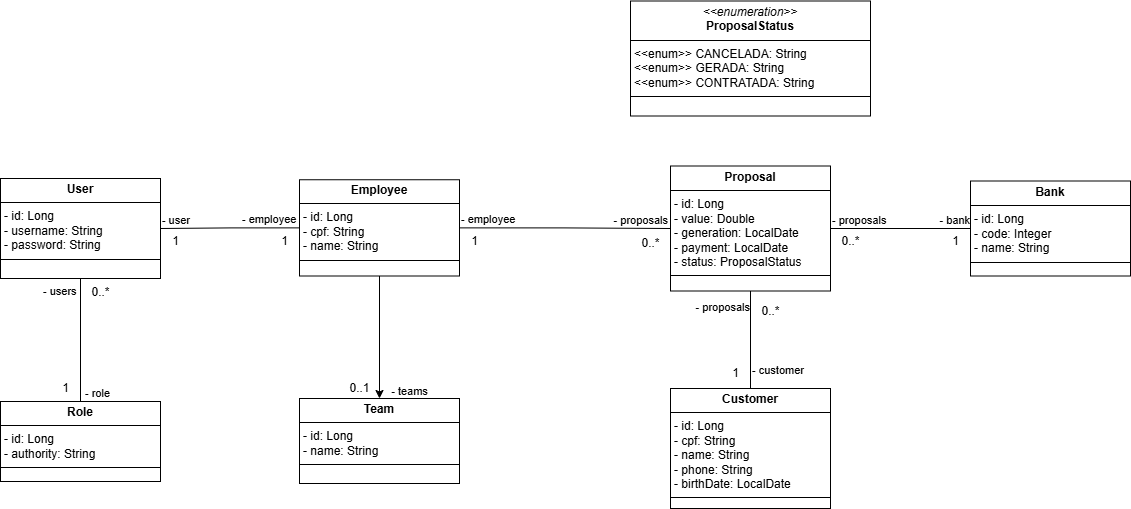
Earlier version of the draw.io export documents/diagrama_de_classe.png (Hilan-CP/spring-corban-multibancos). Source tidied: cells renumbered, new cells last; positions are measured from the earlier drawing's top-left corner, leaving out a move shared by most shapes.
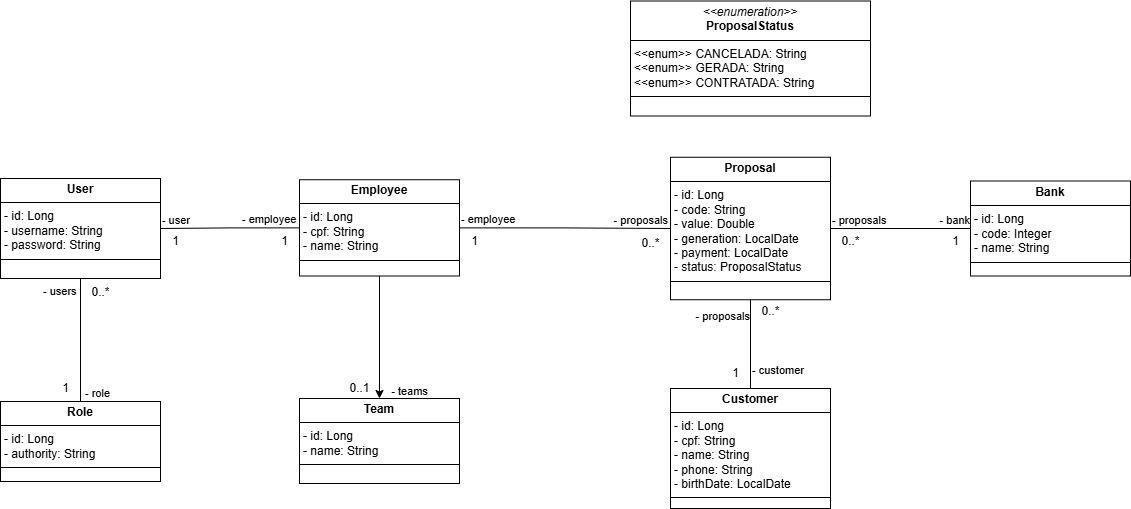
After the commit.

What changed in the source:
```diff
@@ -17,8 +17,8 @@
     <mxCell id="6" value="&lt;p style=&quot;margin:0px;margin-top:4px;text-align:center;&quot;&gt;&lt;b&gt;Bank&lt;/b&gt;&lt;/p&gt;&lt;hr size=&quot;1&quot; style=&quot;border-style:solid;&quot;&gt;&lt;p style=&quot;margin:0px;margin-left:4px;&quot;&gt;- id: Long&lt;/p&gt;&lt;p style=&quot;margin:0px;margin-left:4px;&quot;&gt;- code: Integer&lt;/p&gt;&lt;p style=&quot;margin:0px;margin-left:4px;&quot;&gt;- name: String&lt;/p&gt;&lt;hr size=&quot;1&quot; style=&quot;border-style:solid;&quot;&gt;&lt;p style=&quot;margin:0px;margin-left:4px;&quot;&gt;&lt;br&gt;&lt;/p&gt;" style="verticalAlign=top;align=left;overflow=fill;html=1;whiteSpace=wrap;" parent="1" vertex="1">
       <mxGeometry x="970" y="180.5" width="160" height="95" as="geometry" />
     </mxCell>
-    <mxCell id="7" value="&lt;p style=&quot;margin:0px;margin-top:4px;text-align:center;&quot;&gt;&lt;b&gt;Proposal&lt;/b&gt;&lt;/p&gt;&lt;hr size=&quot;1&quot; style=&quot;border-style:solid;&quot;&gt;&lt;p style=&quot;margin:0px;margin-left:4px;&quot;&gt;- id: Long&lt;/p&gt;&lt;p style=&quot;margin:0px;margin-left:4px;&quot;&gt;- value: Double&lt;/p&gt;&lt;p style=&quot;margin:0px;margin-left:4px;&quot;&gt;- generation: LocalDate&lt;/p&gt;&lt;p style=&quot;margin:0px;margin-left:4px;&quot;&gt;- payment: LocalDate&lt;/p&gt;&lt;p style=&quot;margin:0px;margin-left:4px;&quot;&gt;- status: ProposalStatus&lt;/p&gt;&lt;hr size=&quot;1&quot; style=&quot;border-style:solid;&quot;&gt;&lt;p style=&quot;margin:0px;margin-left:4px;&quot;&gt;&lt;br&gt;&lt;/p&gt;" style="verticalAlign=top;align=left;overflow=fill;html=1;whiteSpace=wrap;" parent="1" vertex="1">
-      <mxGeometry x="670" y="165.5" width="160" height="125" as="geometry" />
+    <mxCell id="7" value="&lt;p style=&quot;margin:0px;margin-top:4px;text-align:center;&quot;&gt;&lt;b&gt;Proposal&lt;/b&gt;&lt;/p&gt;&lt;hr size=&quot;1&quot; style=&quot;border-style:solid;&quot;&gt;&lt;p style=&quot;margin:0px;margin-left:4px;&quot;&gt;- id: Long&lt;/p&gt;&lt;p style=&quot;margin:0px;margin-left:4px;&quot;&gt;- code: String&lt;/p&gt;&lt;p style=&quot;margin:0px;margin-left:4px;&quot;&gt;- value: Double&lt;/p&gt;&lt;p style=&quot;margin:0px;margin-left:4px;&quot;&gt;- generation: LocalDate&lt;/p&gt;&lt;p style=&quot;margin:0px;margin-left:4px;&quot;&gt;- payment: LocalDate&lt;/p&gt;&lt;p style=&quot;margin:0px;margin-left:4px;&quot;&gt;- status: ProposalStatus&lt;/p&gt;&lt;hr size=&quot;1&quot; style=&quot;border-style:solid;&quot;&gt;&lt;p style=&quot;margin:0px;margin-left:4px;&quot;&gt;&lt;br&gt;&lt;/p&gt;" style="verticalAlign=top;align=left;overflow=fill;html=1;whiteSpace=wrap;" parent="1" vertex="1">
+      <mxGeometry x="670" y="156.8" width="160" height="142.5" as="geometry" />
     </mxCell>
     <mxCell id="8" value="0..1" style="text;html=1;align=center;verticalAlign=middle;strokeColor=none;fillColor=none;" parent="1" vertex="1">
       <mxGeometry x="339" y="372.5" width="40" height="30" as="geometry" />
```
